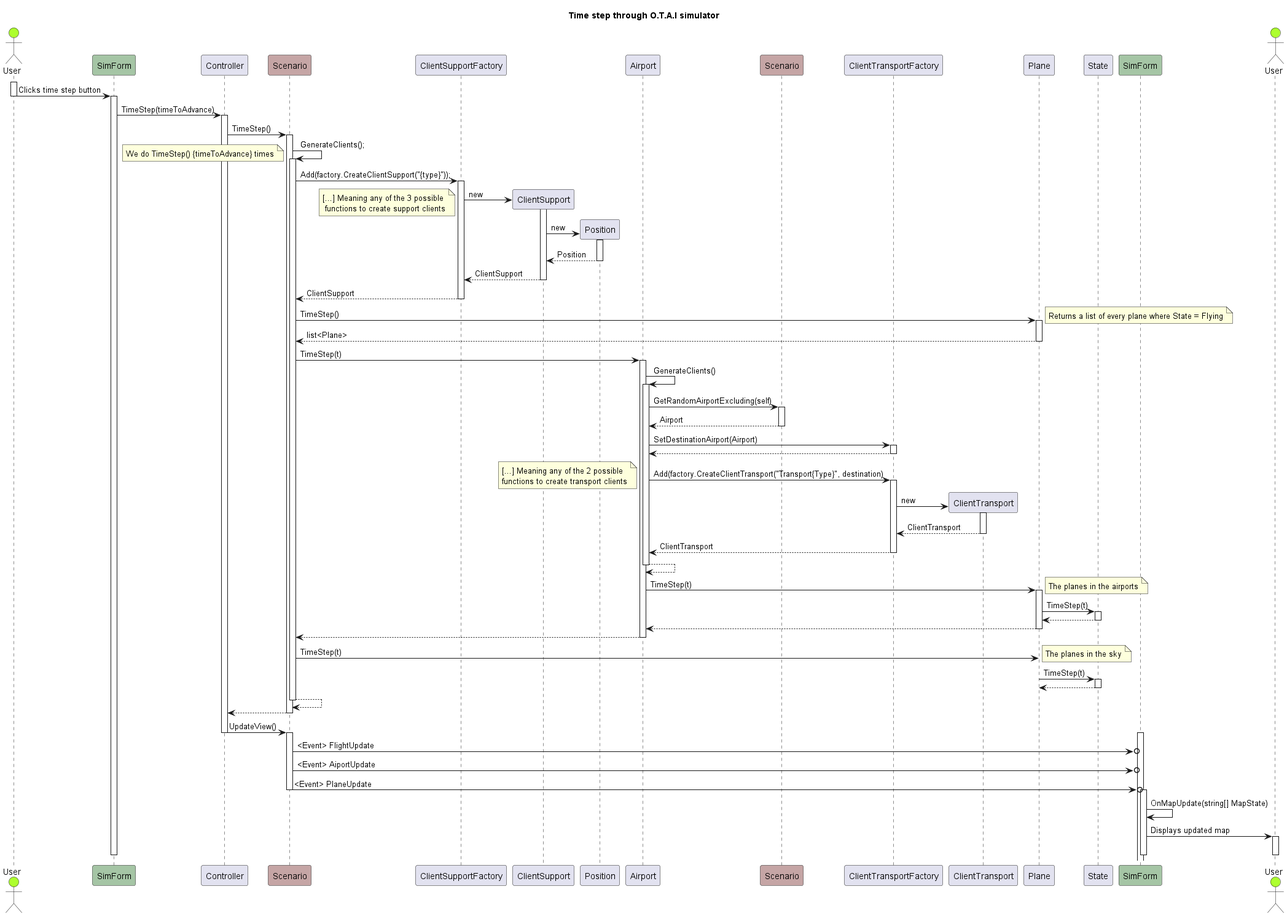
Homespore165/tututut keeps this PlantUML diagram as PlaneTP/Documentation/Remise-finale/Sequance Diagrams/SimulatorStep-Time.png. Above is the earlier version.
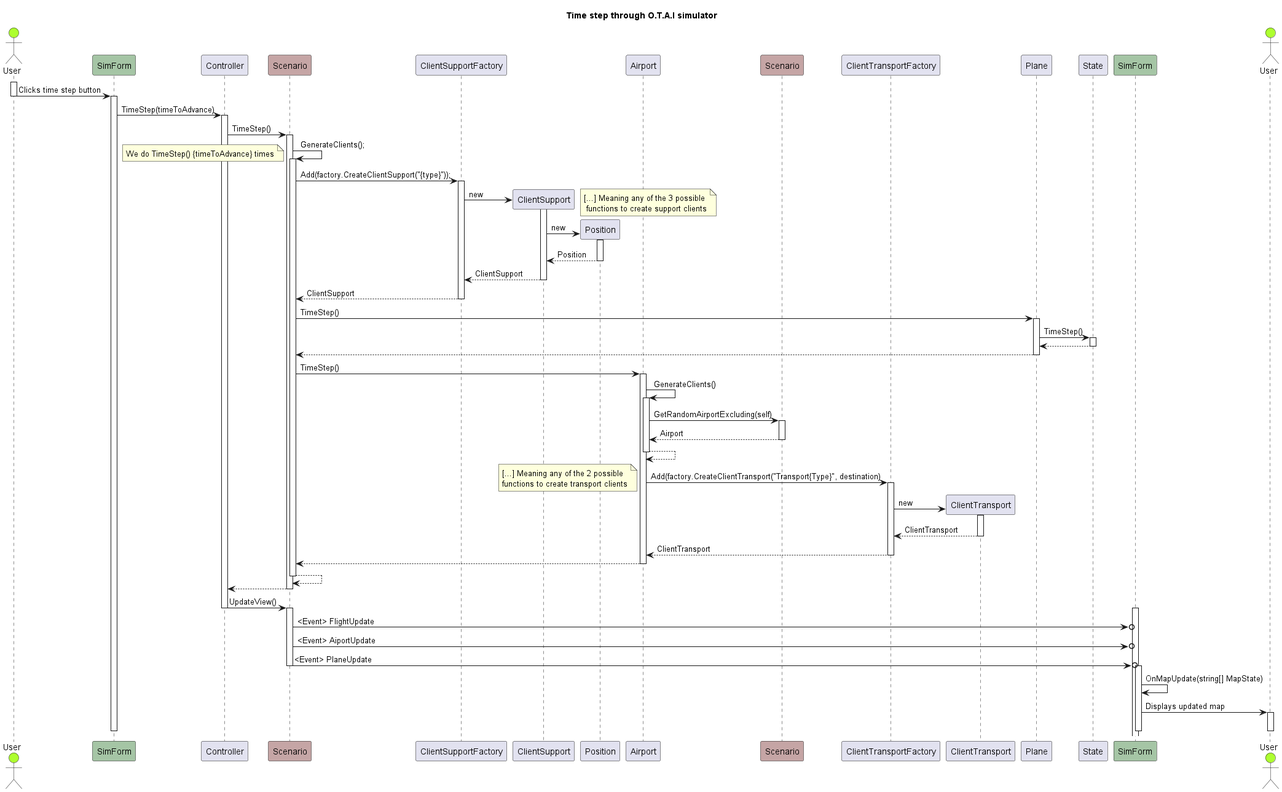
The same file after the commit.

Diff of the diagram source:
```diff
@@ -43,7 +43,7 @@
 
 facto1 -> clisupp : new
 activate clisupp
-note left : [...] Meaning any of the 3 possible\n functions to create support clients
+note right : [...] Meaning any of the 3 possible\n functions to create support clients
 create pos1
 clisupp -> pos1 : new
 activate pos1
@@ -55,10 +55,14 @@
 
 scene1 -> plane1 : TimeStep()
 activate plane1
-note right : Returns a list of every plane where State = Flying
-return  list<Plane>
 
-scene1 -> port1 : TimeStep(t)
+plane1 -> state1 : TimeStep()
+activate state1
+
+return
+return
+
+scene1 -> port1 : TimeStep()
 activate port1
 
 port1 -> port1 : GenerateClients()
@@ -68,9 +72,6 @@
 activate scene2
 
 return Airport
-
-port1 -> facto2 : SetDestinationAirport(Airport)
-activate facto2
 
 return
 
@@ -85,33 +86,9 @@
 return ClientTransport
 return ClientTransport
 return
-
-
-
-
-port1 -> plane1 : TimeStep(t)
-note right : The planes in the airports
-activate plane1
-
-plane1 -> state1 : TimeStep(t)
-activate state1
-
-return
 return
 return
 
-
-scene1 -> plane1 : TimeStep(t)
-note right : The planes in the sky
-
-
-plane1 -> state1 : TimeStep(t)
-activate state1
-
-return
-return
-
-return
 
 ctrl1 -> scene1 : UpdateView()
 deactivate
```
